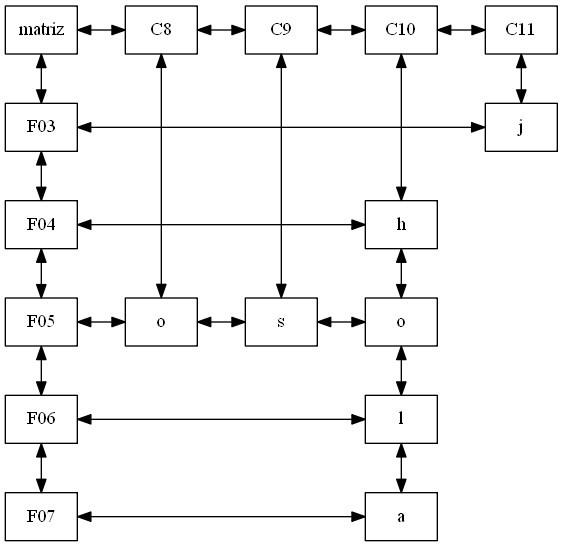
hr9457/EDD_1S2020_PY1_201314296 keeps this Graphviz diagram as Reportes/Matriz.png. Above is the earlier version. Its source is kept beside it as ArchivosDot/Matriz.dot. The source it was exported from:
```dot
digraph Matriz {
graph [ranksep="0.5", nodesep="0.5"];
node [shape=record];
matriz[group = columna];
C80[group =0,label="C8"];
C90[group =1,label="C9"];
C100[group =2,label="C10"];
C110[group =3,label="C11"];
C80->C90->C100->C110[dir=both];
{rank = same; matriz;C80;C90;C100;C110}
matriz->C80[dir=both];

F03[group = columna];
F04[group = columna];
F05[group = columna];
F06[group = columna];
F07[group = columna];
F03->F04->F05->F06->F07[dir=both];
matriz->F03[dir=both];

F03->nodo113j[dir=both];
{rank = same; F03;nodo113j;}
F04->nodo104h[dir=both];
{rank = same; F04;nodo104h;}
F05->nodo85o->nodo95s->nodo105o[dir=both];
{rank = same; F05;nodo85o;nodo95s;nodo105o;}
F06->nodo106l[dir=both];
{rank = same; F06;nodo106l;}
F07->nodo107a[dir=both];
{rank = same; F07;nodo107a;}

nodo85o[group =0,label="o"];
C80->nodo85o[dir=both];
nodo95s[group =1,label="s"];
C90->nodo95s[dir=both];
nodo104h[group =2,label="h"];
nodo105o[group =2,label="o"];
nodo106l[group =2,label="l"];
nodo107a[group =2,label="a"];
C100->nodo104h->nodo105o->nodo106l->nodo107a[dir=both];
nodo113j[group =3,label="j"];
C110->nodo113j[dir=both];

}
```
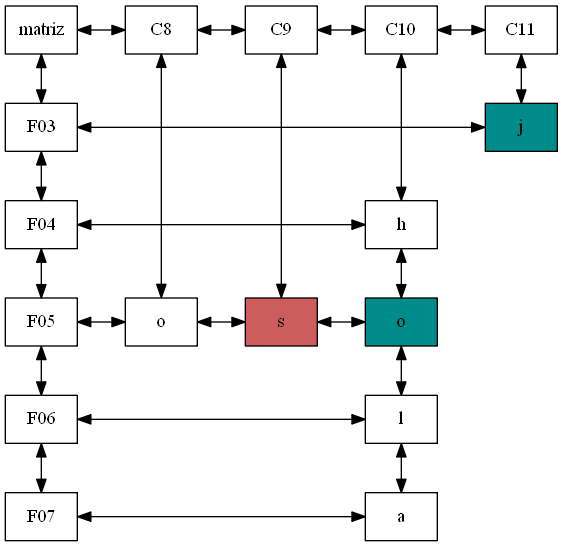
Above is the later version.

Commit message:
pruebas terminadas en la grafo de la matriz (falta puntaje)

What changed in the source:
```diff
@@ -31,14 +31,14 @@
 
 nodo85o[group =0,label="o"];
 C80->nodo85o[dir=both];
-nodo95s[group =1,label="s"];
+nodo95s[group =1,label="s",style=filled,fillcolor="Indianred"];
 C90->nodo95s[dir=both];
 nodo104h[group =2,label="h"];
-nodo105o[group =2,label="o"];
+nodo105o[group =2,label="o",style=filled,fillcolor="cyan4"];
 nodo106l[group =2,label="l"];
 nodo107a[group =2,label="a"];
 C100->nodo104h->nodo105o->nodo106l->nodo107a[dir=both];
-nodo113j[group =3,label="j"];
+nodo113j[group =3,label="j",style=filled,fillcolor="cyan4"];
 C110->nodo113j[dir=both];
 
 }
```
